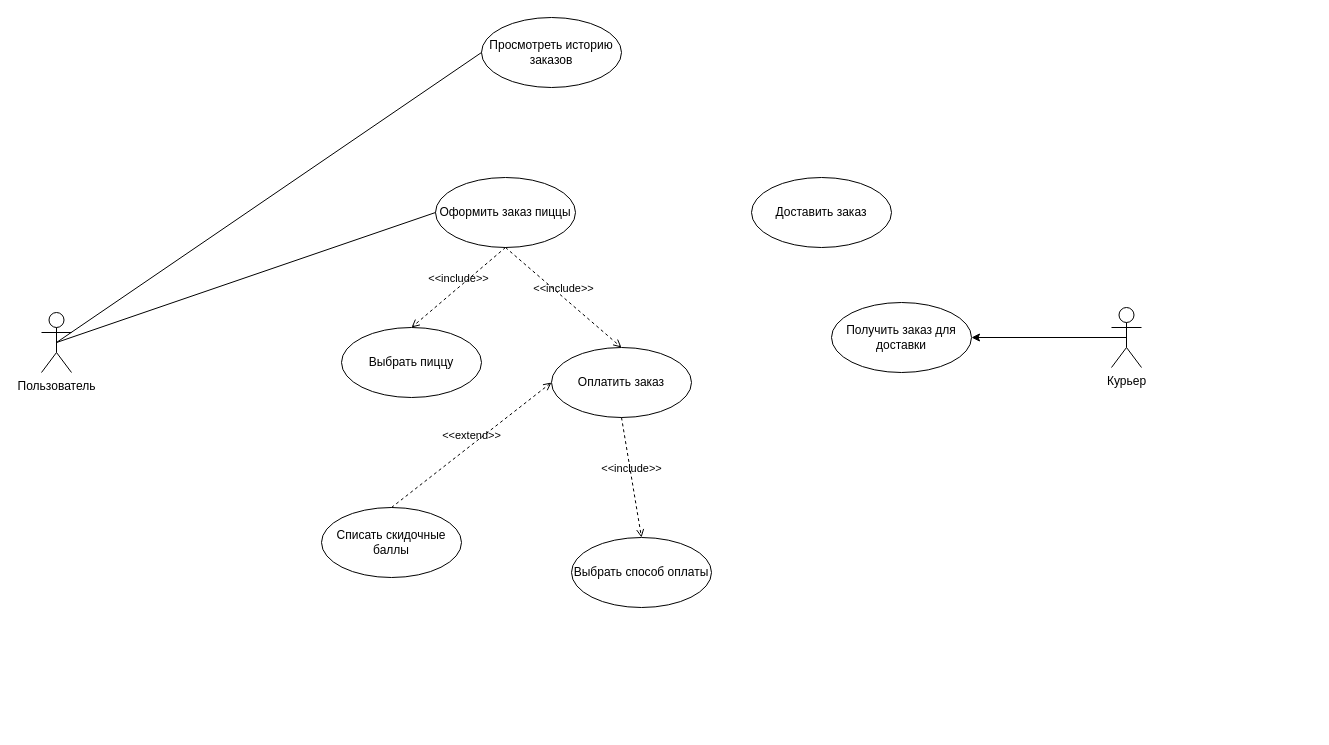
Above: ВариантыИспользования.drawio in hard-gainer/UML (draw.io), before the change. Source tidied: cells renumbered, new cells numbered last; positions are measured from the earlier drawing's top-left corner, leaving out a move shared by most shapes. Both pictures are drawn from the tidied source at 100%, with x=0, y=0 at pixel (41, 17).
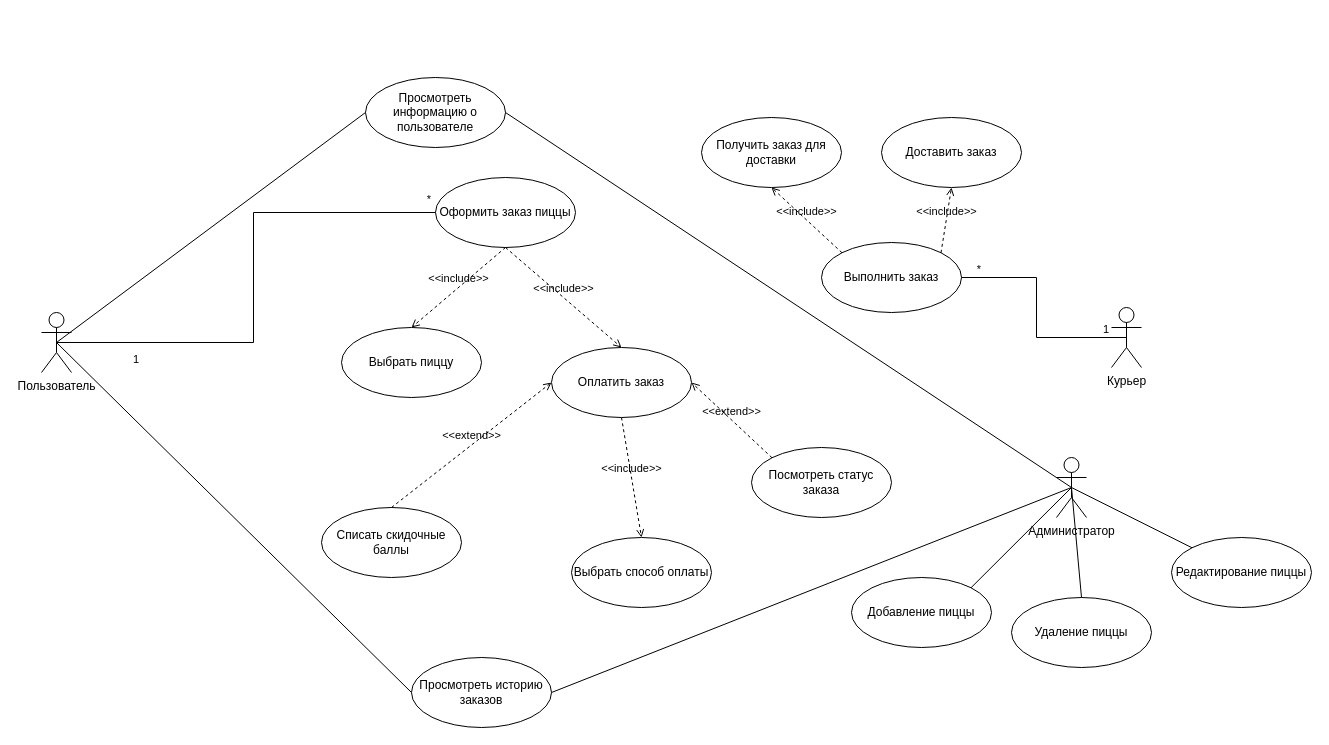
Above is the later version.

Unchanged cells that the change refers to:
```xml
<mxCell id="2" value="Пользователь" style="shape=umlActor;verticalLabelPosition=bottom;verticalAlign=top;html=1;outlineConnect=0;labelPosition=center;align=center;" parent="1" vertex="1">
  <mxGeometry y="295" width="30" height="60" as="geometry" />
</mxCell>
<mxCell id="4" value="Курьер" style="shape=umlActor;verticalLabelPosition=bottom;verticalAlign=top;html=1;outlineConnect=0;labelPosition=center;align=center;" parent="1" vertex="1">
  <mxGeometry x="1070" y="290" width="30" height="60" as="geometry" />
</mxCell>
<mxCell id="6" value="Оформить заказ пиццы" style="ellipse;whiteSpace=wrap;html=1;" parent="1" vertex="1">
  <mxGeometry x="394" y="160" width="140" height="70" as="geometry" />
</mxCell>
<mxCell id="9" value="Оплатить заказ" style="ellipse;whiteSpace=wrap;html=1;" parent="1" vertex="1">
  <mxGeometry x="510" y="330" width="140" height="70" as="geometry" />
</mxCell>
```

What changed in the source:
```diff
@@
-    <mxCell id="3" style="edgeStyle=orthogonalEdgeStyle;rounded=0;jettySize=auto;html=1;exitX=0.5;exitY=0.5;exitDx=0;exitDy=0;exitPerimeter=0;entryX=1;entryY=0.5;entryDx=0;entryDy=0;" parent="1" edge="1" source="4" target="11">
-      <mxGeometry relative="1" as="geometry" />
-    </mxCell>
@@
     <mxCell id="7" value="Доставить заказ" style="ellipse;whiteSpace=wrap;html=1;" parent="1" vertex="1">
-      <mxGeometry x="710" y="160" width="140" height="70" as="geometry" />
+      <mxGeometry x="840" y="100" width="140" height="70" as="geometry" />
     </mxCell>
@@
-    <mxCell id="11" value="Получить заказ для доставки" style="ellipse;whiteSpace=wrap;html=1;" parent="1" vertex="1">
-      <mxGeometry x="790" y="285" width="140" height="70" as="geometry" />
+    <mxCell id="11" value="Выполнить заказ" style="ellipse;whiteSpace=wrap;html=1;" parent="1" vertex="1">
+      <mxGeometry x="780" y="225" width="140" height="70" as="geometry" />
     </mxCell>
     <mxCell id="12" value="Просмотреть историю заказов" style="ellipse;whiteSpace=wrap;html=1;" parent="1" vertex="1">
-      <mxGeometry x="440" width="140" height="70" as="geometry" />
+      <mxGeometry x="370" y="640" width="140" height="70" as="geometry" />
     </mxCell>
@@
-    <mxCell id="14" style="endArrow=none;html=1;rounded=0;exitX=0.5;exitY=0.5;exitDx=0;exitDy=0;exitPerimeter=0;entryX=0;entryY=0.5;entryDx=0;entryDy=0;" parent="1" edge="1" source="2" target="6">
-      <mxGeometry relative="1" as="geometry" />
-    </mxCell>
@@
+    <mxCell id="3" style="endArrow=none;html=1;edgeStyle=orthogonalEdgeStyle;rounded=0;exitX=0.5;exitY=0.5;exitDx=0;exitDy=0;exitPerimeter=0;entryX=1;entryY=0.5;entryDx=0;entryDy=0;" parent="1" edge="1" source="4" target="11">
+      <mxGeometry relative="1" as="geometry" />
+    </mxCell>
+    <mxCell id="19" value="1" style="edgeLabel;html=1;align=left;verticalAlign=bottom;" parent="3" vertex="1">
+      <mxGeometry x="-1" relative="1" as="geometry">
+        <mxPoint x="-25" as="offset" />
+      </mxGeometry>
+    </mxCell>
+    <mxCell id="20" value="*" style="edgeLabel;html=1;align=right;verticalAlign=bottom;" parent="3" vertex="1">
+      <mxGeometry x="1" relative="1" as="geometry">
+        <mxPoint x="20" as="offset" />
+      </mxGeometry>
+    </mxCell>
+    <mxCell id="14" style="endArrow=none;html=1;edgeStyle=orthogonalEdgeStyle;rounded=0;exitX=0.5;exitY=0.5;exitDx=0;exitDy=0;exitPerimeter=0;entryX=0;entryY=0.5;entryDx=0;entryDy=0;" parent="1" edge="1" source="2" target="6">
+      <mxGeometry relative="1" as="geometry">
+        <Array as="points">
+          <mxPoint x="212" y="325" />
+          <mxPoint x="212" y="195" />
+        </Array>
+      </mxGeometry>
+    </mxCell>
+    <mxCell id="21" value="1" style="edgeLabel;html=1;align=left;verticalAlign=bottom;" parent="14" vertex="1">
+      <mxGeometry x="-1" relative="1" as="geometry">
+        <mxPoint x="75" y="25" as="offset" />
+      </mxGeometry>
+    </mxCell>
+    <mxCell id="22" value="*" style="edgeLabel;html=1;align=right;verticalAlign=bottom;" parent="14" vertex="1">
+      <mxGeometry x="1" relative="1" as="geometry">
+        <mxPoint x="-4" y="-5" as="offset" />
+      </mxGeometry>
+    </mxCell>
+    <mxCell id="23" value="Просмотреть информацию о пользователе" style="ellipse;whiteSpace=wrap;html=1;" parent="1" vertex="1">
+      <mxGeometry x="324" y="60" width="140" height="70" as="geometry" />
+    </mxCell>
+    <mxCell id="24" value="Посмотреть статус заказа" style="ellipse;whiteSpace=wrap;html=1;" parent="1" vertex="1">
+      <mxGeometry x="710" y="430" width="140" height="70" as="geometry" />
+    </mxCell>
+    <mxCell id="25" value="Администратор" style="shape=umlActor;verticalLabelPosition=bottom;verticalAlign=top;html=1;outlineConnect=0;labelPosition=center;align=center;" parent="1" vertex="1">
+      <mxGeometry x="1015" y="440" width="30" height="60" as="geometry" />
+    </mxCell>
+    <mxCell id="26" value="Получить заказ для доставки" style="ellipse;whiteSpace=wrap;html=1;" parent="1" vertex="1">
+      <mxGeometry x="660" y="100" width="140" height="70" as="geometry" />
+    </mxCell>
+    <mxCell id="27" value="&amp;lt;&amp;lt;include&amp;gt;&amp;gt;" style="html=1;verticalAlign=bottom;labelBackgroundColor=none;endArrow=open;endFill=0;dashed=1;rounded=0;exitX=0;exitY=0;exitDx=0;exitDy=0;entryX=0.5;entryY=1;entryDx=0;entryDy=0;" parent="1" edge="1" source="11" target="26">
+      <mxGeometry relative="1" as="geometry" />
+    </mxCell>
+    <mxCell id="28" value="&amp;lt;&amp;lt;include&amp;gt;&amp;gt;" style="html=1;verticalAlign=bottom;labelBackgroundColor=none;endArrow=open;endFill=0;dashed=1;rounded=0;exitX=1;exitY=0;exitDx=0;exitDy=0;entryX=0.5;entryY=1;entryDx=0;entryDy=0;" parent="1" edge="1" source="11" target="7">
+      <mxGeometry relative="1" as="geometry" />
+    </mxCell>
+    <mxCell id="29" value="Удаление пиццы" style="ellipse;whiteSpace=wrap;html=1;" parent="1" vertex="1">
+      <mxGeometry x="970" y="580" width="140" height="70" as="geometry" />
+    </mxCell>
+    <mxCell id="30" value="Редактирование пиццы" style="ellipse;whiteSpace=wrap;html=1;" parent="1" vertex="1">
+      <mxGeometry x="1130" y="520" width="140" height="70" as="geometry" />
+    </mxCell>
+    <mxCell id="31" value="Добавление пиццы" style="ellipse;whiteSpace=wrap;html=1;" parent="1" vertex="1">
+      <mxGeometry x="810" y="560" width="140" height="70" as="geometry" />
+    </mxCell>
+    <mxCell id="32" style="endArrow=none;html=1;rounded=0;exitX=0.5;exitY=0.5;exitDx=0;exitDy=0;exitPerimeter=0;entryX=1;entryY=0;entryDx=0;entryDy=0;" parent="1" edge="1" source="25" target="31">
+      <mxGeometry relative="1" as="geometry" />
+    </mxCell>
+    <mxCell id="33" style="endArrow=none;html=1;rounded=0;entryX=0.5;entryY=0;entryDx=0;entryDy=0;exitX=0.5;exitY=0.5;exitDx=0;exitDy=0;exitPerimeter=0;" parent="1" edge="1" source="25" target="29">
+      <mxGeometry relative="1" as="geometry" />
+    </mxCell>
+    <mxCell id="34" style="endArrow=none;html=1;rounded=0;exitX=0;exitY=0;exitDx=0;exitDy=0;entryX=0.5;entryY=0.5;entryDx=0;entryDy=0;entryPerimeter=0;" parent="1" edge="1" source="30" target="25">
+      <mxGeometry relative="1" as="geometry" />
+    </mxCell>
+    <mxCell id="35" style="endArrow=none;html=1;rounded=0;exitX=0.5;exitY=0.5;exitDx=0;exitDy=0;exitPerimeter=0;entryX=1;entryY=0.5;entryDx=0;entryDy=0;" parent="1" edge="1" source="25" target="12">
+      <mxGeometry relative="1" as="geometry" />
+    </mxCell>
+    <mxCell id="36" value="&amp;lt;&amp;lt;extend&amp;gt;&amp;gt;" style="html=1;verticalAlign=bottom;labelBackgroundColor=none;endArrow=open;endFill=0;dashed=1;rounded=0;exitX=0;exitY=0;exitDx=0;exitDy=0;entryX=1;entryY=0.5;entryDx=0;entryDy=0;" parent="1" edge="1" source="24" target="9">
+      <mxGeometry relative="1" as="geometry" />
+    </mxCell>
+    <mxCell id="37" style="endArrow=none;html=1;rounded=0;entryX=1;entryY=0.5;entryDx=0;entryDy=0;exitX=0.5;exitY=0.5;exitDx=0;exitDy=0;exitPerimeter=0;" parent="1" edge="1" source="25" target="23">
+      <mxGeometry relative="1" as="geometry" />
+    </mxCell>
+    <mxCell id="38" style="endArrow=none;html=1;rounded=0;exitX=0;exitY=0.5;exitDx=0;exitDy=0;entryX=0.5;entryY=0.5;entryDx=0;entryDy=0;entryPerimeter=0;" parent="1" edge="1" source="23" target="2">
+      <mxGeometry relative="1" as="geometry" />
+    </mxCell>
```
